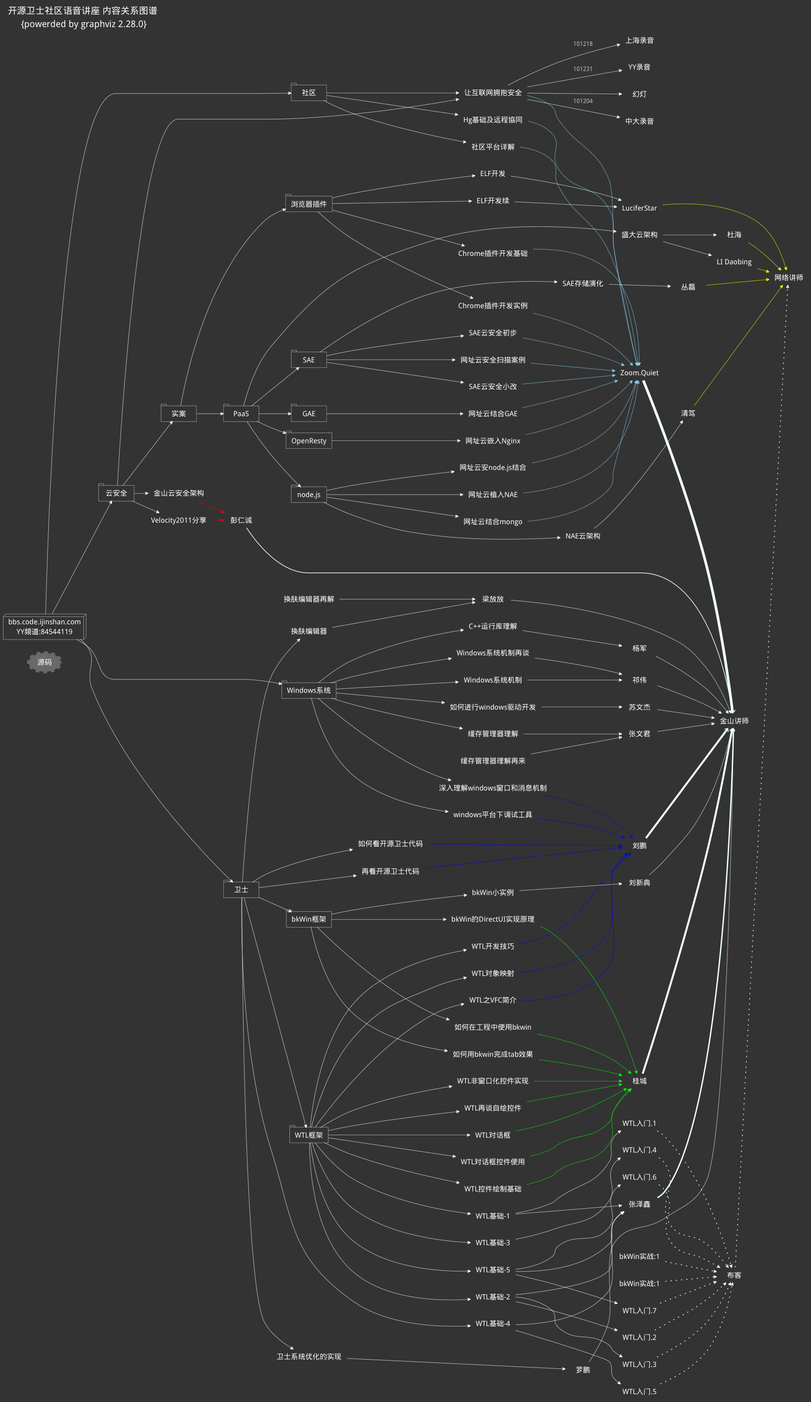
Above: dot/knoss2talking.png in ZoomQuiet/zoomquiet.tangle (Graphviz), before the change. Its source is kept beside it as dot/knoss2talking.dot.
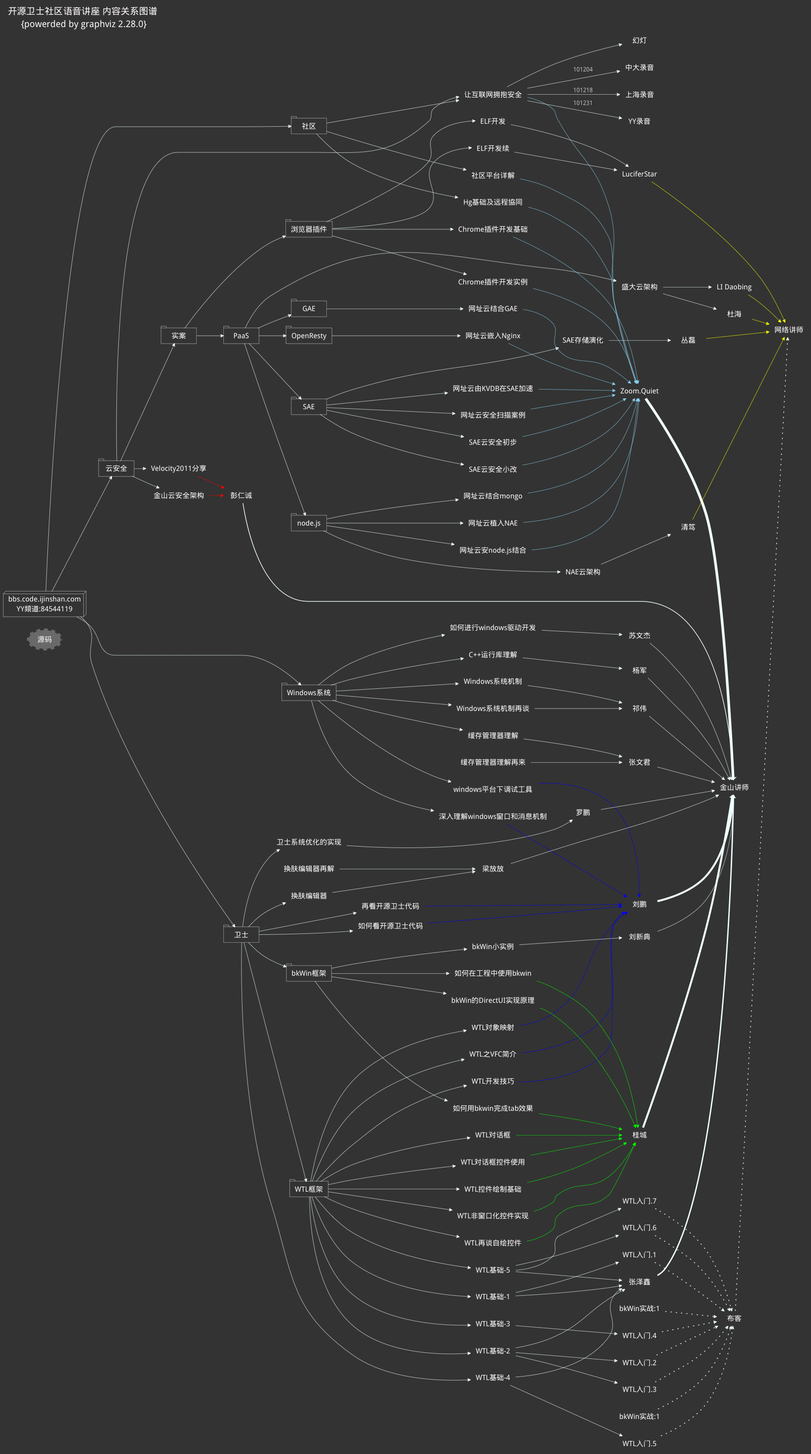
After the change.

Commit message:
up knoss talking mapping

Change to the diagram source:
```diff
@@ -158,6 +158,8 @@
         ,URL="http://bbs.code.ijinshan.com/thread-1860-1-1.html"];
     vol50 [label="网址云植入NAE"
         ,URL="http://bbs.code.ijinshan.com/thread-1873-1-1.html"];
+    vol51 [label="网址云由KVDB在SAE加速"
+        ,URL="http://bbs.code.ijinshan.com/thread-1887-1-1.html"];
 
     weishi->{vol3 vol13 vol15 vol34 vol35};
         WTL->{vol6 vol7 vol8 vol9 vol10 vol11 vol12 vol14 vol30 vol32 vol33 vol37};
@@ -165,7 +167,7 @@
     KSC->{vol1 vol40 vol46};
         browse->{vol20 vol21 vol28 vol29};
         PaaS->{nodejs GAE SAE openresty vol48};
-            SAE->{vol38 vol39 vol41 vol49};
+            SAE->{vol38 vol39 vol41 vol49 vol51};
             nodejs->{vol42 vol43 vol47 vol50};
             GAE->{vol44};
             openresty->{vol45}
@@ -180,7 +182,7 @@
         vol35->bbk5wtl;
         vol37->{bbk6wtl bbk7wtl};
 
-    {vol1 vol2 vol5 vol28 vol29 vol38 vol39 vol41 vol42 vol43 vol44 vol45 vol50}->ZQ [color=skyblue];
+    {vol1 vol2 vol5 vol28 vol29 vol38 vol39 vol41 vol42 vol43 vol44 vol45 vol50 vol51}->ZQ [color=skyblue];
     {vol4 vol6 vol7 vol11 vol13 vol15 vol17}->LiuP [color=blue];
     {vol8 vol9 vol10 vol12 vol14 vol16 vol18 vol31}->CGC [color=green];
     {vol40 vol46}->PRC [color=red];
```
